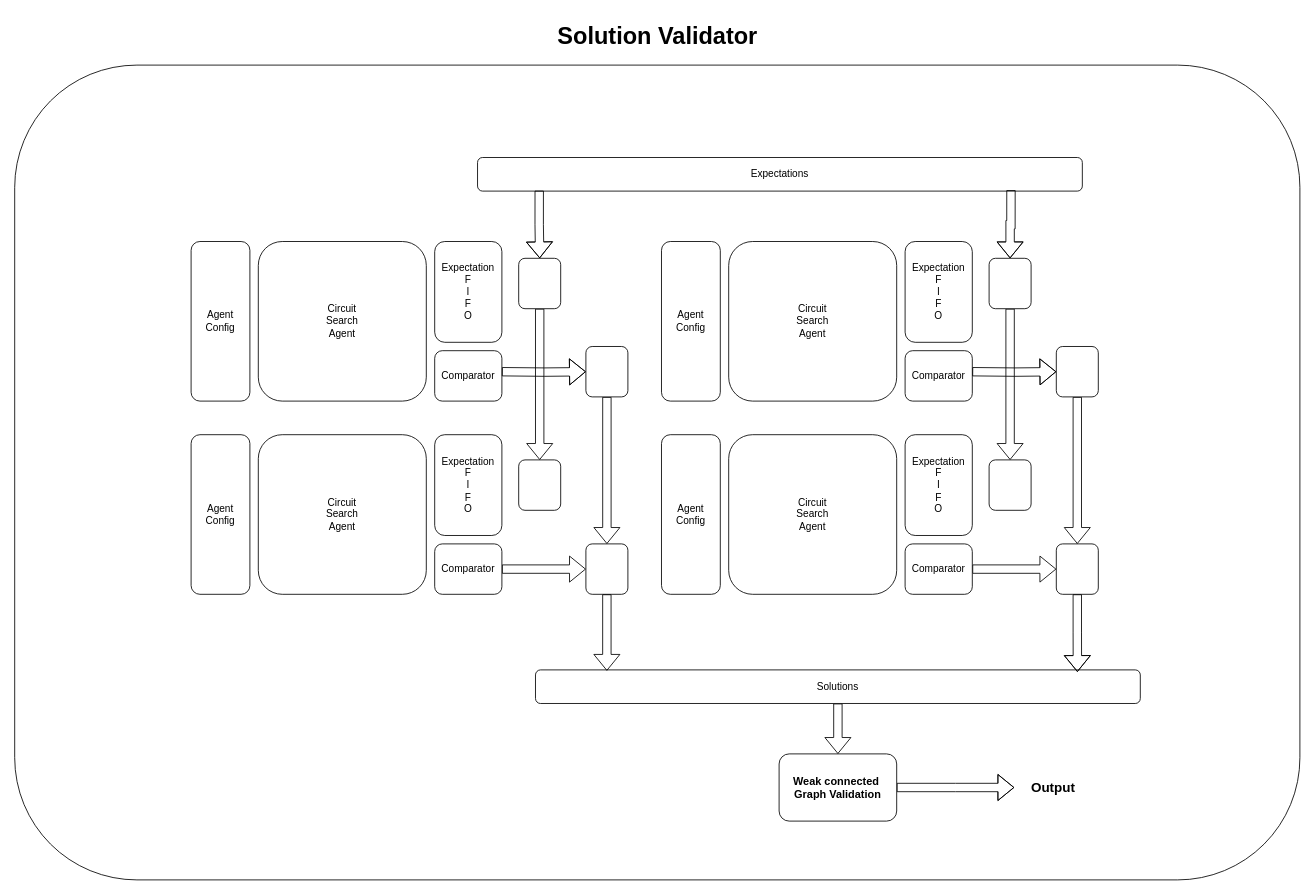
Earlier version of the draw.io diagram page "Solution Validator" (6 of 6) of Docs/High-level-Architecture.drawio (gausslabs/wayfarer). Source tidied: cells renumbered, new cells numbered last; positions are measured from the earlier drawing's top-left corner, leaving out a move shared by most shapes. Both pictures are drawn from the tidied source at 84%, with x=0, y=0 at pixel (14, 14).
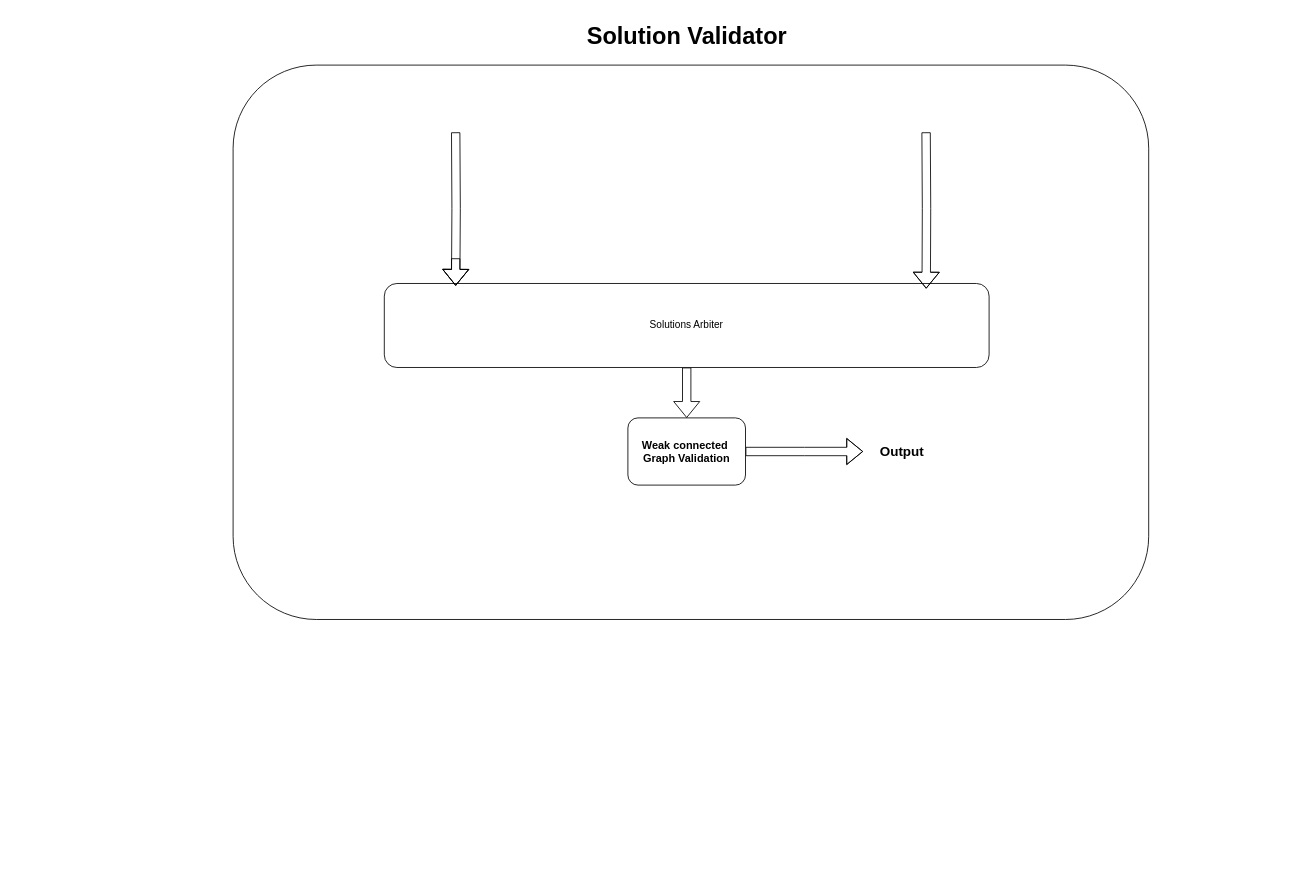
The same page after the edit.

Diff of the diagram source:
```diff
@@
-    <mxCell id="2" value="Circuit&lt;br&gt;Search&lt;br&gt;Agent" style="rounded=1;whiteSpace=wrap;html=1;" parent="1" vertex="1">
-      <mxGeometry x="290" y="270" width="200" height="190" as="geometry" />
-    </mxCell>
-    <mxCell id="3" value="Comparator" style="rounded=1;whiteSpace=wrap;html=1;" parent="1" vertex="1">
-      <mxGeometry x="500" y="400" width="80" height="60" as="geometry" />
-    </mxCell>
-    <mxCell id="4" value="Expectation&lt;br&gt;F&lt;div&gt;I&lt;/div&gt;&lt;div&gt;F&lt;/div&gt;&lt;div&gt;O&lt;/div&gt;" style="rounded=1;whiteSpace=wrap;html=1;" parent="1" vertex="1">
-      <mxGeometry x="500" y="270" width="80" height="120" as="geometry" />
-    </mxCell>
-    <mxCell id="5" value="Agent&lt;br&gt;Config" style="rounded=1;whiteSpace=wrap;html=1;" parent="1" vertex="1">
-      <mxGeometry x="210" y="270" width="70" height="190" as="geometry" />
-    </mxCell>
-    <mxCell id="6" value="Circuit&lt;br&gt;Search&lt;br&gt;Agent" style="rounded=1;whiteSpace=wrap;html=1;" parent="1" vertex="1">
-      <mxGeometry x="850" y="270" width="200" height="190" as="geometry" />
-    </mxCell>
-    <mxCell id="7" value="Comparator" style="rounded=1;whiteSpace=wrap;html=1;" parent="1" vertex="1">
-      <mxGeometry x="1060" y="400" width="80" height="60" as="geometry" />
-    </mxCell>
-    <mxCell id="8" value="Expectation&lt;br&gt;F&lt;div&gt;I&lt;/div&gt;&lt;div&gt;F&lt;/div&gt;&lt;div&gt;O&lt;/div&gt;" style="rounded=1;whiteSpace=wrap;html=1;" parent="1" vertex="1">
-      <mxGeometry x="1060" y="270" width="80" height="120" as="geometry" />
-    </mxCell>
-    <mxCell id="9" value="Agent&lt;br&gt;Config" style="rounded=1;whiteSpace=wrap;html=1;" parent="1" vertex="1">
-      <mxGeometry x="770" y="270" width="70" height="190" as="geometry" />
-    </mxCell>
-    <mxCell id="10" value="Circuit&lt;br&gt;Search&lt;br&gt;Agent" style="rounded=1;whiteSpace=wrap;html=1;" parent="1" vertex="1">
-      <mxGeometry x="290" y="500" width="200" height="190" as="geometry" />
-    </mxCell>
-    <mxCell id="11" style="edgeStyle=orthogonalEdgeStyle;rounded=0;jettySize=auto;html=1;entryX=0;entryY=0.5;entryDx=0;entryDy=0;shape=flexArrow;" parent="1" edge="1" source="12" target="33">
-      <mxGeometry relative="1" as="geometry" />
-    </mxCell>
-    <mxCell id="12" value="Comparator" style="rounded=1;whiteSpace=wrap;html=1;" parent="1" vertex="1">
-      <mxGeometry x="500" y="630" width="80" height="60" as="geometry" />
-    </mxCell>
-    <mxCell id="13" value="Expectation&lt;br&gt;F&lt;div&gt;I&lt;/div&gt;&lt;div&gt;F&lt;/div&gt;&lt;div&gt;O&lt;/div&gt;" style="rounded=1;whiteSpace=wrap;html=1;" parent="1" vertex="1">
-      <mxGeometry x="500" y="500" width="80" height="120" as="geometry" />
-    </mxCell>
-    <mxCell id="14" value="Agent&lt;br&gt;Config" style="rounded=1;whiteSpace=wrap;html=1;" parent="1" vertex="1">
-      <mxGeometry x="210" y="500" width="70" height="190" as="geometry" />
-    </mxCell>
-    <mxCell id="15" value="Circuit&lt;br&gt;Search&lt;br&gt;Agent" style="rounded=1;whiteSpace=wrap;html=1;" parent="1" vertex="1">
-      <mxGeometry x="850" y="500" width="200" height="190" as="geometry" />
-    </mxCell>
-    <mxCell id="16" style="edgeStyle=orthogonalEdgeStyle;rounded=0;jettySize=auto;html=1;entryX=0;entryY=0.5;entryDx=0;entryDy=0;shape=flexArrow;" parent="1" edge="1" source="17" target="32">
-      <mxGeometry relative="1" as="geometry" />
-    </mxCell>
-    <mxCell id="17" value="Comparator" style="rounded=1;whiteSpace=wrap;html=1;" parent="1" vertex="1">
-      <mxGeometry x="1060" y="630" width="80" height="60" as="geometry" />
-    </mxCell>
-    <mxCell id="18" value="Expectation&lt;br&gt;F&lt;div&gt;I&lt;/div&gt;&lt;div&gt;F&lt;/div&gt;&lt;div&gt;O&lt;/div&gt;" style="rounded=1;whiteSpace=wrap;html=1;" parent="1" vertex="1">
-      <mxGeometry x="1060" y="500" width="80" height="120" as="geometry" />
-    </mxCell>
-    <mxCell id="19" value="Agent&lt;br&gt;Config" style="rounded=1;whiteSpace=wrap;html=1;" parent="1" vertex="1">
-      <mxGeometry x="770" y="500" width="70" height="190" as="geometry" />
-    </mxCell>
-    <mxCell id="20" style="edgeStyle=orthogonalEdgeStyle;rounded=0;jettySize=auto;html=1;entryX=0;entryY=0.5;entryDx=0;entryDy=0;shape=flexArrow;" parent="1" edge="1" target="25">
-      <mxGeometry relative="1" as="geometry">
-        <mxPoint x="580" y="425" as="sourcePoint" />
-      </mxGeometry>
-    </mxCell>
-    <mxCell id="21" style="edgeStyle=orthogonalEdgeStyle;rounded=0;jettySize=auto;html=1;exitX=0.5;exitY=1;exitDx=0;exitDy=0;entryX=0.5;entryY=0;entryDx=0;entryDy=0;shape=flexArrow;" parent="1" edge="1" source="22" target="23">
-      <mxGeometry relative="1" as="geometry" />
-    </mxCell>
-    <mxCell id="22" style="rounded=1;whiteSpace=wrap;html=1;" parent="1" vertex="1">
-      <mxGeometry x="600" y="290" width="50" height="60" as="geometry" />
-    </mxCell>
-    <mxCell id="23" style="rounded=1;whiteSpace=wrap;html=1;" parent="1" vertex="1">
-      <mxGeometry x="600" y="530" width="50" height="60" as="geometry" />
-    </mxCell>
-    <mxCell id="24" style="edgeStyle=orthogonalEdgeStyle;rounded=0;jettySize=auto;html=1;entryX=0.5;entryY=0;entryDx=0;entryDy=0;shape=flexArrow;" parent="1" edge="1" source="25" target="33">
-      <mxGeometry relative="1" as="geometry" />
-    </mxCell>
-    <mxCell id="25" style="rounded=1;whiteSpace=wrap;html=1;" parent="1" vertex="1">
-      <mxGeometry x="680" y="395" width="50" height="60" as="geometry" />
-    </mxCell>
-    <mxCell id="26" style="edgeStyle=orthogonalEdgeStyle;rounded=0;jettySize=auto;html=1;entryX=0;entryY=0.5;entryDx=0;entryDy=0;shape=flexArrow;" parent="1" edge="1" target="31">
-      <mxGeometry relative="1" as="geometry">
-        <mxPoint x="1140" y="425" as="sourcePoint" />
-      </mxGeometry>
-    </mxCell>
-    <mxCell id="27" style="edgeStyle=orthogonalEdgeStyle;rounded=0;jettySize=auto;html=1;exitX=0.5;exitY=1;exitDx=0;exitDy=0;entryX=0.5;entryY=0;entryDx=0;entryDy=0;shape=flexArrow;" parent="1" edge="1" source="28" target="29">
-      <mxGeometry relative="1" as="geometry" />
-    </mxCell>
-    <mxCell id="28" style="rounded=1;whiteSpace=wrap;html=1;" parent="1" vertex="1">
-      <mxGeometry x="1160" y="290" width="50" height="60" as="geometry" />
-    </mxCell>
-    <mxCell id="29" style="rounded=1;whiteSpace=wrap;html=1;" parent="1" vertex="1">
-      <mxGeometry x="1160" y="530" width="50" height="60" as="geometry" />
-    </mxCell>
-    <mxCell id="30" style="edgeStyle=orthogonalEdgeStyle;rounded=0;jettySize=auto;html=1;entryX=0.5;entryY=0;entryDx=0;entryDy=0;shape=flexArrow;" parent="1" edge="1" source="31" target="32">
-      <mxGeometry relative="1" as="geometry" />
-    </mxCell>
-    <mxCell id="31" style="rounded=1;whiteSpace=wrap;html=1;" parent="1" vertex="1">
-      <mxGeometry x="1240" y="395" width="50" height="60" as="geometry" />
-    </mxCell>
-    <mxCell id="32" style="rounded=1;whiteSpace=wrap;html=1;" parent="1" vertex="1">
-      <mxGeometry x="1240" y="630" width="50" height="60" as="geometry" />
-    </mxCell>
-    <mxCell id="33" style="rounded=1;whiteSpace=wrap;html=1;" parent="1" vertex="1">
-      <mxGeometry x="680" y="630" width="50" height="60" as="geometry" />
-    </mxCell>
-    <mxCell id="34" value="Expectations" style="rounded=1;whiteSpace=wrap;html=1;" parent="1" vertex="1">
-      <mxGeometry x="551" y="170" width="720" height="40" as="geometry" />
-    </mxCell>
-    <mxCell id="35" style="edgeStyle=orthogonalEdgeStyle;rounded=0;jettySize=auto;html=1;exitX=0.882;exitY=0.971;exitDx=0;exitDy=0;exitPerimeter=0;shape=flexArrow;" parent="1" edge="1" source="34" target="28">
-      <mxGeometry relative="1" as="geometry" />
-    </mxCell>
-    <mxCell id="36" style="edgeStyle=orthogonalEdgeStyle;rounded=0;jettySize=auto;html=1;exitX=0.102;exitY=0.987;exitDx=0;exitDy=0;exitPerimeter=0;shape=flexArrow;" parent="1" edge="1" source="34" target="22">
-      <mxGeometry relative="1" as="geometry" />
-    </mxCell>
@@
-    <mxCell id="38" value="Solutions" style="rounded=1;whiteSpace=wrap;html=1;" parent="1" vertex="1">
-      <mxGeometry x="620" y="780" width="720" height="40" as="geometry" />
+    <mxCell id="38" value="Solutions Arbiter" style="rounded=1;whiteSpace=wrap;html=1;" parent="1" vertex="1">
+      <mxGeometry x="440" y="320" width="720" height="100" as="geometry" />
     </mxCell>
-    <mxCell id="39" style="edgeStyle=orthogonalEdgeStyle;rounded=0;jettySize=auto;html=1;entryX=0.896;entryY=0.061;entryDx=0;entryDy=0;entryPerimeter=0;shape=flexArrow;" parent="1" edge="1" source="32" target="38">
-      <mxGeometry relative="1" as="geometry" />
+    <mxCell id="39" style="edgeStyle=orthogonalEdgeStyle;rounded=0;jettySize=auto;html=1;entryX=0.896;entryY=0.061;entryDx=0;entryDy=0;entryPerimeter=0;shape=flexArrow;" parent="1" edge="1" target="38">
+      <mxGeometry relative="1" as="geometry">
+        <mxPoint x="1085" y="140" as="sourcePoint" />
+      </mxGeometry>
     </mxCell>
-    <mxCell id="40" style="edgeStyle=orthogonalEdgeStyle;rounded=0;jettySize=auto;html=1;entryX=0.118;entryY=0.027;entryDx=0;entryDy=0;entryPerimeter=0;shape=flexArrow;" parent="1" edge="1" source="33" target="38">
-      <mxGeometry relative="1" as="geometry" />
+    <mxCell id="40" style="edgeStyle=orthogonalEdgeStyle;rounded=0;jettySize=auto;html=1;entryX=0.118;entryY=0.027;entryDx=0;entryDy=0;entryPerimeter=0;shape=flexArrow;" parent="1" edge="1" target="38">
+      <mxGeometry relative="1" as="geometry">
+        <mxPoint x="525" y="290" as="sourcePoint" />
+      </mxGeometry>
     </mxCell>
     <mxCell id="41" style="edgeStyle=orthogonalEdgeStyle;rounded=0;jettySize=auto;html=1;shape=flexArrow;" parent="1" edge="1" source="42">
       <mxGeometry relative="1" as="geometry">
-        <mxPoint x="1190" y="920" as="targetPoint" />
+        <mxPoint x="1010" y="520" as="targetPoint" />
       </mxGeometry>
     </mxCell>
     <mxCell id="42" value="&lt;b&gt;&lt;font style=&quot;font-size: 13px;&quot;&gt;Weak connected&amp;nbsp;&lt;br&gt;Graph Validation&lt;/font&gt;&lt;/b&gt;" style="rounded=1;whiteSpace=wrap;html=1;" parent="1" vertex="1">
-      <mxGeometry x="910" y="880" width="140" height="80" as="geometry" />
+      <mxGeometry x="730" y="480" width="140" height="80" as="geometry" />
     </mxCell>
     <mxCell id="43" value="&lt;b&gt;&lt;font style=&quot;font-size: 16px;&quot;&gt;Output&lt;/font&gt;&lt;/b&gt;" style="text;html=1;align=center;verticalAlign=middle;strokeColor=none;fillColor=none;" parent="1" vertex="1">
-      <mxGeometry x="1196" y="905" width="80" height="30" as="geometry" />
+      <mxGeometry x="1016" y="505" width="80" height="30" as="geometry" />
     </mxCell>
     <mxCell id="44" style="rounded=1;whiteSpace=wrap;html=1;fillColor=none;" parent="1" vertex="1">
-      <mxGeometry y="60" width="1530" height="970" as="geometry" />
+      <mxGeometry x="260" y="60" width="1090" height="660" as="geometry" />
     </mxCell>
     <mxCell id="45" value="&lt;b&gt;&lt;font style=&quot;font-size: 28px;&quot;&gt;Solution Validator&lt;/font&gt;&lt;/b&gt;" style="text;html=1;align=center;verticalAlign=middle;strokeColor=none;fillColor=none;" parent="1" vertex="1">
-      <mxGeometry x="635" width="260" height="50" as="geometry" />
+      <mxGeometry x="670" width="260" height="50" as="geometry" />
     </mxCell>
+    <mxCell id="46" style="edgeStyle=orthogonalEdgeStyle;rounded=0;jettySize=auto;html=1;entryX=0.118;entryY=0.027;entryDx=0;entryDy=0;entryPerimeter=0;shape=flexArrow;" parent="1" edge="1" target="38">
+      <mxGeometry relative="1" as="geometry">
+        <mxPoint x="525" y="140" as="sourcePoint" />
+      </mxGeometry>
+    </mxCell>
```
